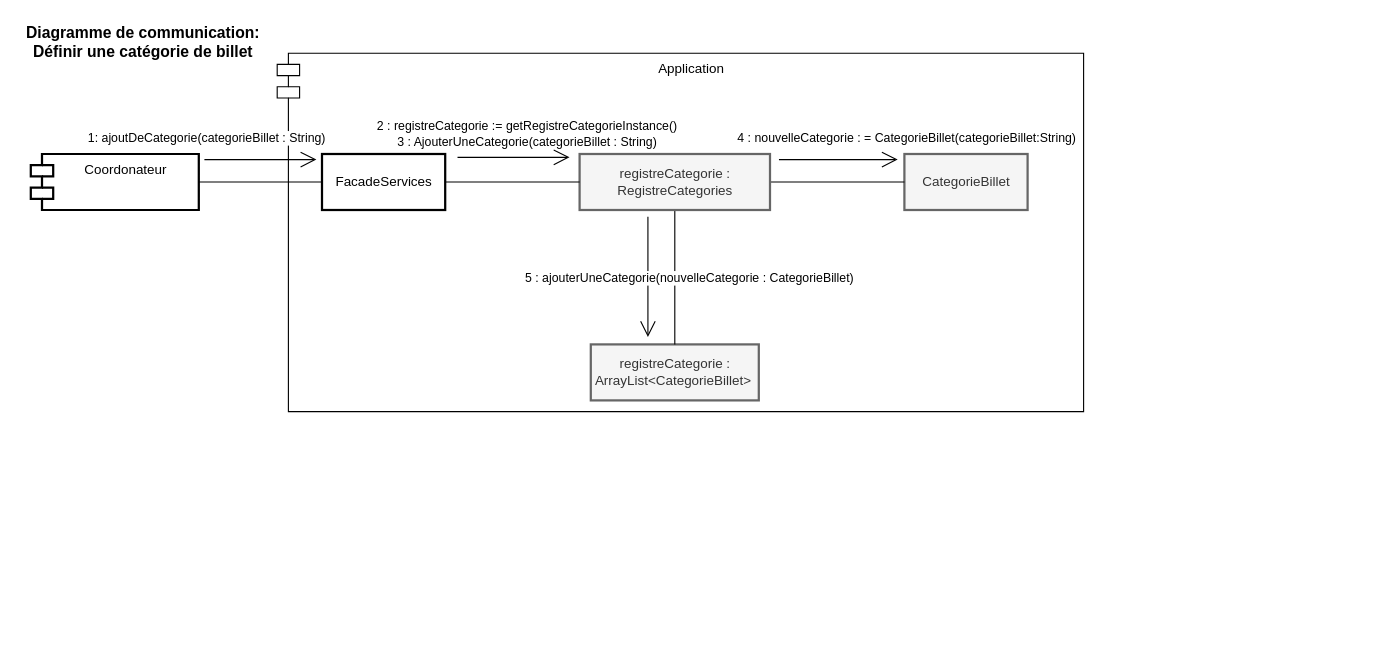
The draw.io diagram Diagrammes de conception/Diagrammes de communication/Definir_Categorie_UC.drawio in ChristWasTaken/Projet-Conception-et-Archictecture, before the edit. Source tidied: cells renumbered, new cells numbered last; positions are measured from the earlier drawing's top-left corner, leaving out a move shared by most shapes. Both pictures are drawn from the tidied source at 112%, with x=0, y=0 at pixel (19, 19).
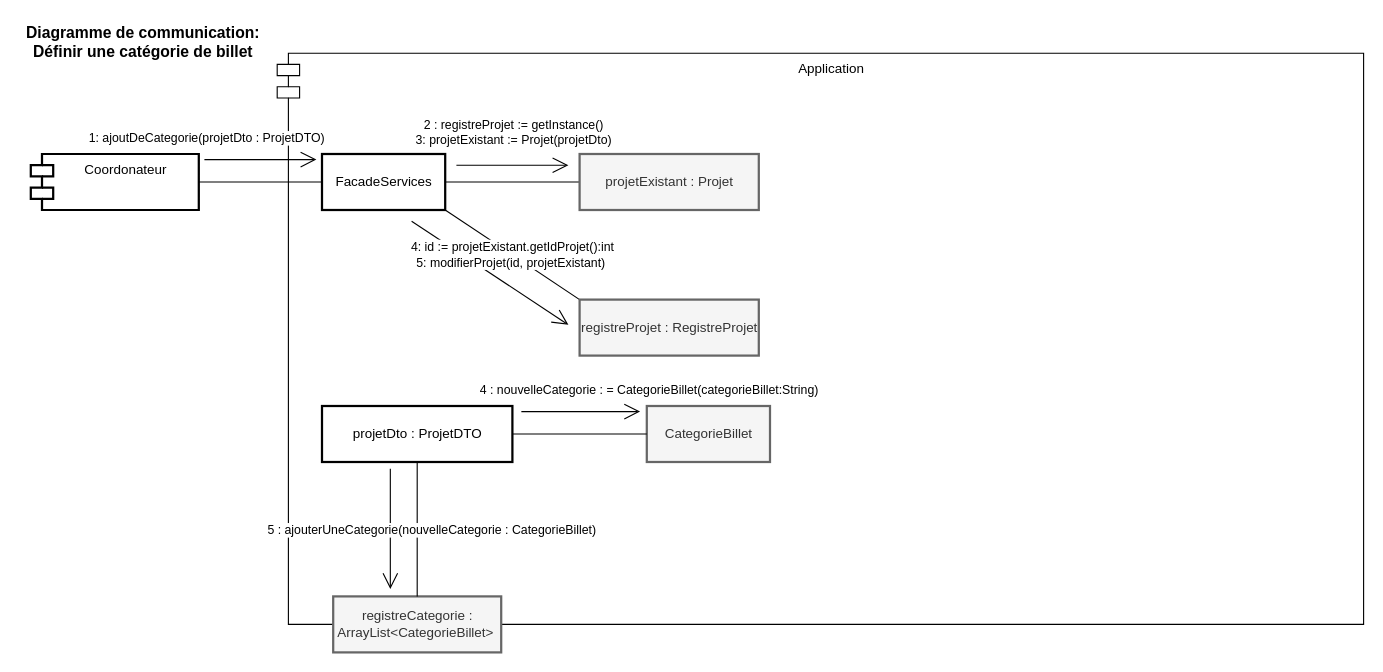
Above is the later version.

Unchanged cells that the change refers to:
```xml
<mxCell id="10" value="FacadeServices" style="html=1;strokeWidth=2;" parent="1" vertex="1">
  <mxGeometry x="270" y="120" width="110" height="50" as="geometry" />
</mxCell>
<mxCell id="11" style="endArrow=open;endFill=1;endSize=12;html=1;rounded=0;" parent="1" edge="1">
  <mxGeometry relative="1" as="geometry">
    <mxPoint x="165" y="125" as="sourcePoint" />
    <mxPoint x="265" y="125" as="targetPoint" />
  </mxGeometry>
</mxCell>
```

The edit, as a diff of the source:
```diff
@@
     <mxCell id="3" value="Application" style="shape=module;align=left;spacingLeft=20;align=center;verticalAlign=top;" parent="1" vertex="1">
-      <mxGeometry x="230" y="30" width="720" height="320" as="geometry" />
+      <mxGeometry x="230" y="30" width="970" height="510" as="geometry" />
     </mxCell>
     <mxCell id="4" value="registreCategorie : &lt;br&gt;ArrayList&amp;lt;CategorieBillet&amp;gt;&amp;nbsp;" style="html=1;fillColor=#f5f5f5;fontColor=#333333;strokeColor=#666666;strokeWidth=2;" parent="1" vertex="1">
-      <mxGeometry x="510" y="290" width="150" height="50" as="geometry" />
+      <mxGeometry x="280" y="515" width="150" height="50" as="geometry" />
     </mxCell>
     <mxCell id="5" value="CategorieBillet" style="html=1;fillColor=#f5f5f5;fontColor=#333333;strokeColor=#666666;strokeWidth=2;" parent="1" vertex="1">
-      <mxGeometry x="790" y="120" width="110" height="50" as="geometry" />
+      <mxGeometry x="560" y="345" width="110" height="50" as="geometry" />
     </mxCell>
@@
-    <mxCell id="8" value="registreCategorie : &lt;br&gt;RegistreCategories" style="html=1;fillColor=#f5f5f5;fontColor=#333333;strokeColor=#666666;strokeWidth=2;" parent="1" vertex="1">
-      <mxGeometry x="500" y="120" width="170" height="50" as="geometry" />
+    <mxCell id="8" value="projetDto : ProjetDTO" style="html=1;strokeWidth=2;" parent="1" vertex="1">
+      <mxGeometry x="270" y="345" width="170" height="50" as="geometry" />
     </mxCell>
-    <mxCell id="9" style="edgeStyle=orthogonalEdgeStyle;rounded=0;jettySize=auto;html=1;entryX=0;entryY=0.5;entryDx=0;entryDy=0;endArrow=none;endFill=0;" parent="1" edge="1" source="10" target="8">
+    <mxCell id="9" style="rounded=0;jettySize=auto;html=1;entryX=0;entryY=0;entryDx=0;entryDy=0;endArrow=none;endFill=0;exitX=1;exitY=1;exitDx=0;exitDy=0;" parent="1" edge="1" source="10" target="22">
       <mxGeometry relative="1" as="geometry" />
     </mxCell>
+    <mxCell id="21" style="edgeStyle=none;rounded=0;jettySize=auto;html=1;entryX=0;entryY=0.5;entryDx=0;entryDy=0;endArrow=none;endFill=0;" parent="1" edge="1" source="10" target="23">
+      <mxGeometry relative="1" as="geometry" />
+    </mxCell>
@@
-    <mxCell id="12" value="1: ajoutDeCategorie(categorieBillet : String)" style="edgeLabel;html=1;align=center;verticalAlign=middle;" parent="11" vertex="1">
+    <mxCell id="12" value="1: ajoutDeCategorie(projetDto : ProjetDTO)" style="edgeLabel;html=1;align=center;verticalAlign=middle;" parent="11" vertex="1">
       <mxGeometry x="0.18" relative="1" as="geometry">
         <mxPoint x="-58" y="-20" as="offset" />
       </mxGeometry>
     </mxCell>
     <mxCell id="13" style="endArrow=open;endFill=1;endSize=12;html=1;rounded=0;" parent="1" edge="1">
       <mxGeometry relative="1" as="geometry">
-        <mxPoint x="678" y="125" as="sourcePoint" />
-        <mxPoint x="784" y="125" as="targetPoint" />
+        <mxPoint x="448" y="350" as="sourcePoint" />
+        <mxPoint x="554" y="350" as="targetPoint" />
       </mxGeometry>
     </mxCell>
@@
     <mxCell id="15" style="endArrow=open;endFill=1;endSize=12;html=1;rounded=0;" parent="1" edge="1">
       <mxGeometry relative="1" as="geometry">
-        <mxPoint x="391" y="123" as="sourcePoint" />
-        <mxPoint x="491" y="123" as="targetPoint" />
+        <mxPoint x="390" y="130" as="sourcePoint" />
+        <mxPoint x="490" y="130" as="targetPoint" />
       </mxGeometry>
     </mxCell>
-    <mxCell id="16" value="2 : registreCategorie := getRegistreCategorieInstance()&lt;br&gt;3 : AjouterUneCategorie(categorieBillet : String)" style="edgeLabel;html=1;align=center;verticalAlign=middle;" parent="15" vertex="1">
+    <mxCell id="16" value="2 : registreProjet := getInstance()&lt;br&gt;3: projetExistant := Projet(projetDto)" style="edgeLabel;html=1;align=center;verticalAlign=middle;" parent="15" vertex="1">
       <mxGeometry x="0.18" relative="1" as="geometry">
-        <mxPoint x="2" y="-22" as="offset" />
+        <mxPoint x="-9" y="-30" as="offset" />
       </mxGeometry>
     </mxCell>
     <mxCell id="17" style="endArrow=open;endFill=1;endSize=12;html=1;rounded=0;entryX=0;entryY=0.75;entryDx=0;entryDy=0;exitX=0;exitY=1;exitDx=0;exitDy=0;" parent="1" edge="1">
       <mxGeometry relative="1" as="geometry">
-        <mxPoint x="561" y="176" as="sourcePoint" />
-        <mxPoint x="561" y="283.5" as="targetPoint" />
+        <mxPoint x="331" y="401" as="sourcePoint" />
+        <mxPoint x="331" y="508.5" as="targetPoint" />
       </mxGeometry>
     </mxCell>
@@
+    <mxCell id="22" value="registreProjet : RegistreProjet" style="html=1;fillColor=#f5f5f5;fontColor=#333333;strokeColor=#666666;strokeWidth=2;" parent="1" vertex="1">
+      <mxGeometry x="500" y="250" width="160" height="50" as="geometry" />
+    </mxCell>
+    <mxCell id="23" value="projetExistant : Projet" style="html=1;fillColor=#f5f5f5;fontColor=#333333;strokeColor=#666666;strokeWidth=2;" parent="1" vertex="1">
+      <mxGeometry x="500" y="120" width="160" height="50" as="geometry" />
+    </mxCell>
+    <mxCell id="24" style="endArrow=open;endFill=1;endSize=12;html=1;rounded=0;entryX=0;entryY=0.25;entryDx=0;entryDy=0;exitX=0;exitY=1;exitDx=0;exitDy=0;" parent="1" edge="1">
+      <mxGeometry relative="1" as="geometry">
+        <mxPoint x="350" y="180" as="sourcePoint" />
+        <mxPoint x="490" y="272.5" as="targetPoint" />
+      </mxGeometry>
+    </mxCell>
+    <mxCell id="25" value="4: id := projetExistant.getIdProjet():int&lt;br&gt;5: modifierProjet(id, projetExistant)&amp;nbsp;" style="edgeLabel;html=1;align=center;verticalAlign=middle;" parent="24" vertex="1">
+      <mxGeometry x="0.18" relative="1" as="geometry">
+        <mxPoint x="7" y="-25" as="offset" />
+      </mxGeometry>
+    </mxCell>
```
